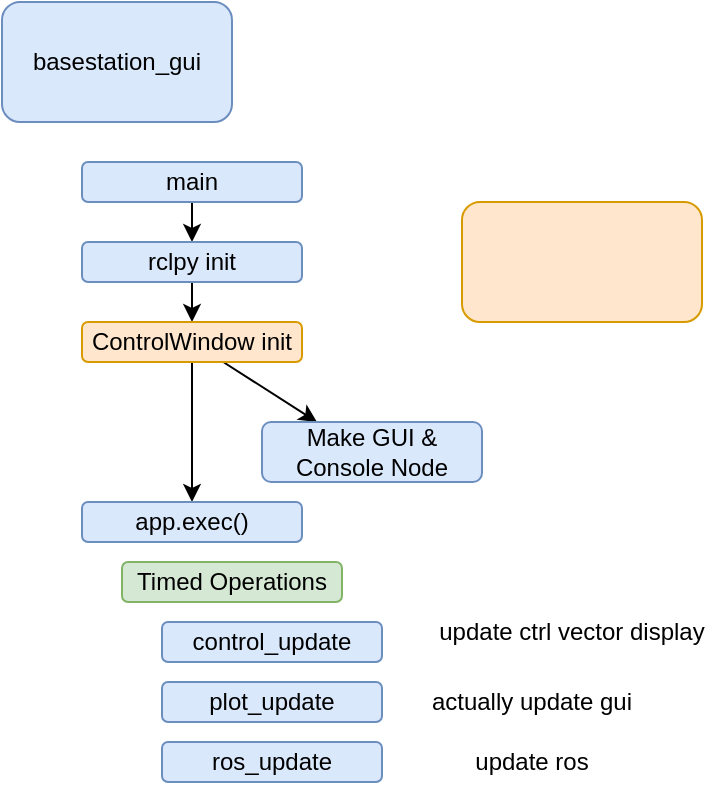
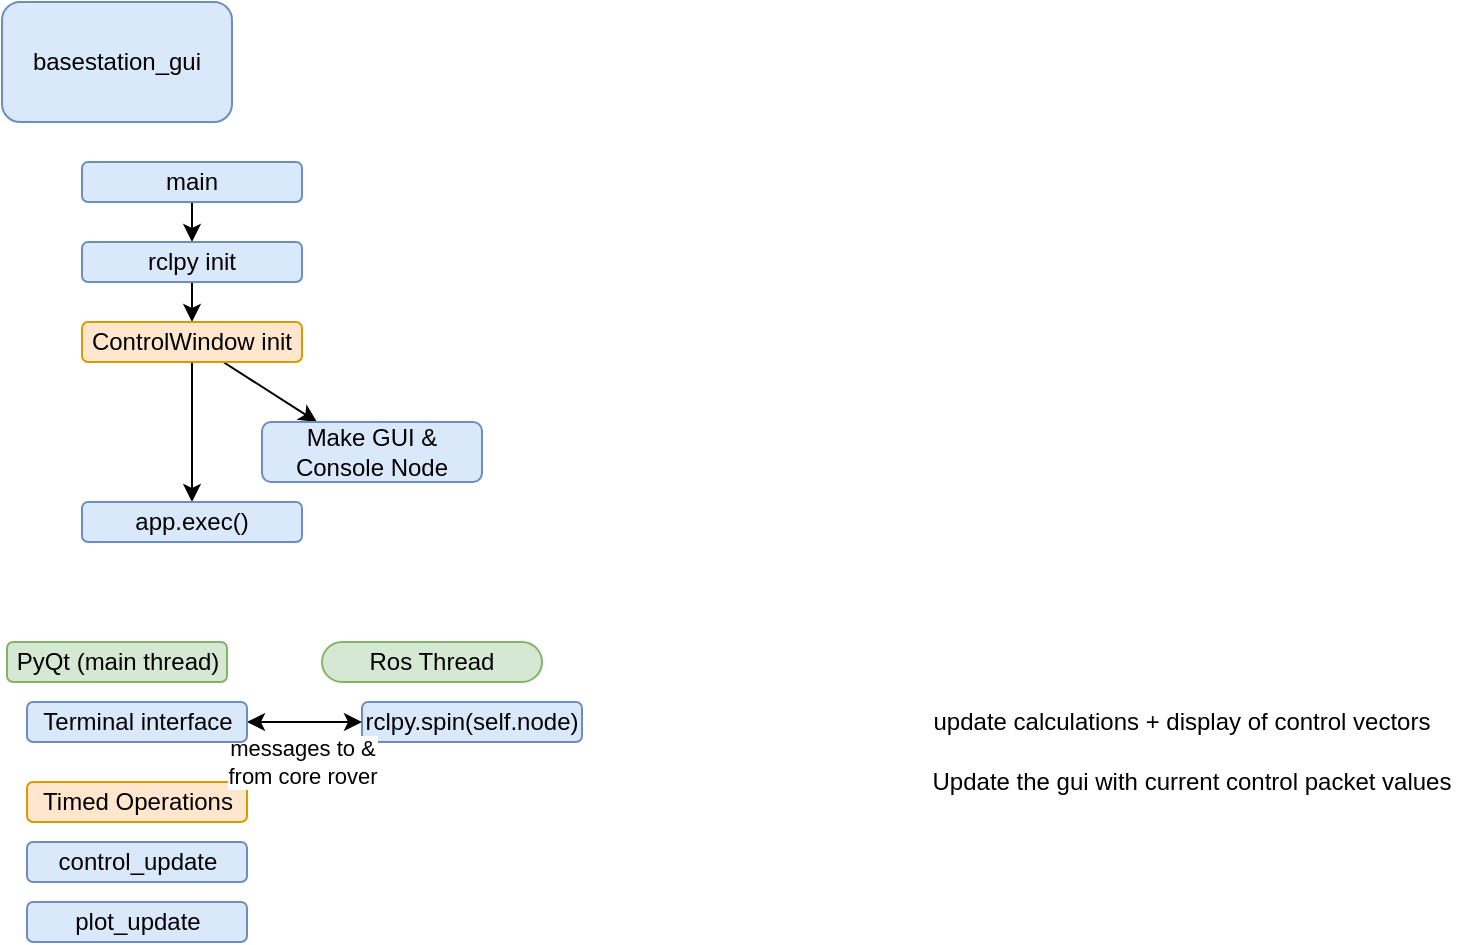
<mxfile host="65bd71144e">
    <diagram id="-OHKlUU1IfkW14FNFa8f" name="Page-1">
-         <mxGraphModel dx="256" dy="576" grid="1" gridSize="10" guides="1" tooltips="1" connect="1" arrows="1" fold="1" page="1" pageScale="1" pageWidth="850" pageHeight="1100" math="0" shadow="0">
+         <mxGraphModel dx="460" dy="654" grid="1" gridSize="10" guides="1" tooltips="1" connect="1" arrows="1" fold="1" page="1" pageScale="1" pageWidth="850" pageHeight="1100" math="0" shadow="0">
            <root>
                <mxCell id="0"/>
                <mxCell id="1" parent="0"/>
-                 <mxCell id="3" value="basestation_gui" style="rounded=1;whiteSpace=wrap;html=1;fillColor=#dae8fc;strokeColor=#6c8ebf;" vertex="1" parent="1">
+                 <mxCell id="3" value="basestation_gui" style="rounded=1;whiteSpace=wrap;html=1;fillColor=#dae8fc;strokeColor=#6c8ebf;" parent="1" vertex="1">
                    <mxGeometry x="20" y="100" width="115" height="60" as="geometry"/>
                </mxCell>
-                 <mxCell id="2" value="" style="rounded=1;whiteSpace=wrap;html=1;fillColor=#ffe6cc;strokeColor=#d79b00;" vertex="1" parent="1">
-                     <mxGeometry x="250" y="200" width="120" height="60" as="geometry"/>
-                 </mxCell>
-                 <mxCell id="6" value="" style="edgeStyle=none;rounded=1;html=1;" edge="1" parent="1" source="4" target="5">
+                 <mxCell id="6" value="" style="edgeStyle=none;rounded=1;html=1;" parent="1" source="4" target="5" edge="1">
                    <mxGeometry relative="1" as="geometry"/>
                </mxCell>
-                 <mxCell id="4" value="main" style="rounded=1;whiteSpace=wrap;html=1;fillColor=#dae8fc;strokeColor=#6c8ebf;" vertex="1" parent="1">
+                 <mxCell id="4" value="main" style="rounded=1;whiteSpace=wrap;html=1;fillColor=#dae8fc;strokeColor=#6c8ebf;" parent="1" vertex="1">
                    <mxGeometry x="60" y="180" width="110" height="20" as="geometry"/>
                </mxCell>
-                 <mxCell id="8" value="" style="edgeStyle=none;rounded=1;html=1;" edge="1" parent="1" source="5" target="7">
+                 <mxCell id="8" value="" style="edgeStyle=none;rounded=1;html=1;" parent="1" source="5" target="7" edge="1">
                    <mxGeometry relative="1" as="geometry"/>
                </mxCell>
-                 <mxCell id="5" value="rclpy init" style="rounded=1;whiteSpace=wrap;html=1;fillColor=#dae8fc;strokeColor=#6c8ebf;" vertex="1" parent="1">
+                 <mxCell id="5" value="rclpy init" style="rounded=1;whiteSpace=wrap;html=1;fillColor=#dae8fc;strokeColor=#6c8ebf;" parent="1" vertex="1">
                    <mxGeometry x="60" y="220" width="110" height="20" as="geometry"/>
                </mxCell>
-                 <mxCell id="10" value="" style="edgeStyle=none;rounded=1;html=1;entryX=0.25;entryY=0;entryDx=0;entryDy=0;" edge="1" parent="1" source="7" target="9">
+                 <mxCell id="10" value="" style="edgeStyle=none;rounded=1;html=1;entryX=0.25;entryY=0;entryDx=0;entryDy=0;" parent="1" source="7" target="9" edge="1">
                    <mxGeometry relative="1" as="geometry"/>
                </mxCell>
-                 <mxCell id="16" style="edgeStyle=none;rounded=1;html=1;exitX=0.5;exitY=1;exitDx=0;exitDy=0;entryX=0.5;entryY=0;entryDx=0;entryDy=0;" edge="1" parent="1" source="7" target="15">
+                 <mxCell id="16" style="edgeStyle=none;rounded=1;html=1;exitX=0.5;exitY=1;exitDx=0;exitDy=0;entryX=0.5;entryY=0;entryDx=0;entryDy=0;" parent="1" source="7" target="15" edge="1">
                    <mxGeometry relative="1" as="geometry"/>
                </mxCell>
-                 <mxCell id="7" value="ControlWindow init" style="rounded=1;whiteSpace=wrap;html=1;fillColor=#ffe6cc;strokeColor=#d79b00;" vertex="1" parent="1">
+                 <mxCell id="7" value="ControlWindow init" style="rounded=1;whiteSpace=wrap;html=1;fillColor=#ffe6cc;strokeColor=#d79b00;" parent="1" vertex="1">
                    <mxGeometry x="60" y="260" width="110" height="20" as="geometry"/>
                </mxCell>
-                 <mxCell id="9" value="Make GUI &amp;amp; Console Node" style="rounded=1;whiteSpace=wrap;html=1;fillColor=#dae8fc;strokeColor=#6c8ebf;" vertex="1" parent="1">
+                 <mxCell id="9" value="Make GUI &amp;amp; Console Node" style="rounded=1;whiteSpace=wrap;html=1;fillColor=#dae8fc;strokeColor=#6c8ebf;" parent="1" vertex="1">
                    <mxGeometry x="150" y="310" width="110" height="30" as="geometry"/>
                </mxCell>
-                 <mxCell id="15" value="app.exec()" style="rounded=1;whiteSpace=wrap;html=1;fillColor=#dae8fc;strokeColor=#6c8ebf;" vertex="1" parent="1">
+                 <mxCell id="15" value="app.exec()" style="rounded=1;whiteSpace=wrap;html=1;fillColor=#dae8fc;strokeColor=#6c8ebf;" parent="1" vertex="1">
                    <mxGeometry x="60" y="350" width="110" height="20" as="geometry"/>
                </mxCell>
-                 <mxCell id="17" value="Timed Operations" style="rounded=1;whiteSpace=wrap;html=1;fillColor=#d5e8d4;strokeColor=#82b366;" vertex="1" parent="1">
-                     <mxGeometry x="80" y="380" width="110" height="20" as="geometry"/>
+                 <mxCell id="17" value="Timed Operations" style="rounded=1;whiteSpace=wrap;html=1;fillColor=#ffe6cc;strokeColor=#d79b00;" parent="1" vertex="1">
+                     <mxGeometry x="32.5" y="490" width="110" height="20" as="geometry"/>
                </mxCell>
-                 <mxCell id="18" value="control_update" style="rounded=1;whiteSpace=wrap;html=1;fillColor=#dae8fc;strokeColor=#6c8ebf;" vertex="1" parent="1">
-                     <mxGeometry x="100" y="410" width="110" height="20" as="geometry"/>
+                 <mxCell id="18" value="control_update" style="rounded=1;whiteSpace=wrap;html=1;fillColor=#dae8fc;strokeColor=#6c8ebf;" parent="1" vertex="1">
+                     <mxGeometry x="32.5" y="520" width="110" height="20" as="geometry"/>
                </mxCell>
-                 <mxCell id="19" value="plot_update" style="rounded=1;whiteSpace=wrap;html=1;fillColor=#dae8fc;strokeColor=#6c8ebf;" vertex="1" parent="1">
-                     <mxGeometry x="100" y="440" width="110" height="20" as="geometry"/>
+                 <mxCell id="19" value="plot_update" style="rounded=1;whiteSpace=wrap;html=1;fillColor=#dae8fc;strokeColor=#6c8ebf;" parent="1" vertex="1">
+                     <mxGeometry x="32.5" y="550" width="110" height="20" as="geometry"/>
                </mxCell>
-                 <mxCell id="20" value="actually update gui" style="text;html=1;align=center;verticalAlign=middle;whiteSpace=wrap;rounded=0;" vertex="1" parent="1">
-                     <mxGeometry x="230" y="435" width="110" height="30" as="geometry"/>
+                 <mxCell id="20" value="Update the gui with current control packet values" style="text;html=1;align=center;verticalAlign=middle;whiteSpace=wrap;rounded=0;" parent="1" vertex="1">
+                     <mxGeometry x="480" y="475" width="270" height="30" as="geometry"/>
                </mxCell>
-                 <mxCell id="21" value="ros_update" style="rounded=1;whiteSpace=wrap;html=1;fillColor=#dae8fc;strokeColor=#6c8ebf;" vertex="1" parent="1">
-                     <mxGeometry x="100" y="470" width="110" height="20" as="geometry"/>
+                 <mxCell id="21" value="rclpy.spin(self.node)" style="rounded=1;whiteSpace=wrap;html=1;fillColor=#dae8fc;strokeColor=#6c8ebf;" parent="1" vertex="1">
+                     <mxGeometry x="200" y="450" width="110" height="20" as="geometry"/>
                </mxCell>
-                 <mxCell id="22" value="update ctrl vector display" style="text;html=1;align=center;verticalAlign=middle;whiteSpace=wrap;rounded=0;" vertex="1" parent="1">
-                     <mxGeometry x="230" y="400" width="150" height="30" as="geometry"/>
+                 <mxCell id="22" value="update calculations + display of control vectors" style="text;html=1;align=center;verticalAlign=middle;whiteSpace=wrap;rounded=0;" parent="1" vertex="1">
+                     <mxGeometry x="480" y="445" width="260" height="30" as="geometry"/>
                </mxCell>
-                 <mxCell id="23" value="update ros" style="text;html=1;align=center;verticalAlign=middle;whiteSpace=wrap;rounded=0;" vertex="1" parent="1">
-                     <mxGeometry x="230" y="470" width="110" height="20" as="geometry"/>
+                 <mxCell id="24" value="PyQt (main thread)" style="rounded=1;whiteSpace=wrap;html=1;fillColor=#d5e8d4;strokeColor=#82b366;" parent="1" vertex="1">
+                     <mxGeometry x="22.5" y="420" width="110" height="20" as="geometry"/>
+                 </mxCell>
+                 <mxCell id="29" value="Ros Thread" style="rounded=1;whiteSpace=wrap;html=1;fillColor=#d5e8d4;strokeColor=#82b366;arcSize=50;" parent="1" vertex="1">
+                     <mxGeometry x="180" y="420" width="110" height="20" as="geometry"/>
+                 </mxCell>
+                 <mxCell id="31" style="edgeStyle=orthogonalEdgeStyle;html=1;exitX=1;exitY=0.5;exitDx=0;exitDy=0;elbow=vertical;curved=1;startArrow=classic;startFill=1;" edge="1" parent="1" source="30" target="21">
+                     <mxGeometry relative="1" as="geometry">
+                         <mxPoint x="210" y="530" as="targetPoint"/>
+                     </mxGeometry>
+                 </mxCell>
+                 <mxCell id="32" value="messages to &amp;amp;&lt;div&gt;from core rover&lt;/div&gt;" style="edgeLabel;html=1;align=center;verticalAlign=middle;resizable=0;points=[];" vertex="1" connectable="0" parent="31">
+                     <mxGeometry x="-0.0492" y="-1" relative="1" as="geometry">
+                         <mxPoint y="19" as="offset"/>
+                     </mxGeometry>
+                 </mxCell>
+                 <mxCell id="30" value="Terminal interface" style="rounded=1;whiteSpace=wrap;html=1;fillColor=#dae8fc;strokeColor=#6c8ebf;" vertex="1" parent="1">
+                     <mxGeometry x="32.5" y="450" width="110" height="20" as="geometry"/>
                </mxCell>
            </root>
        </mxGraphModel>
    </diagram>
</mxfile>